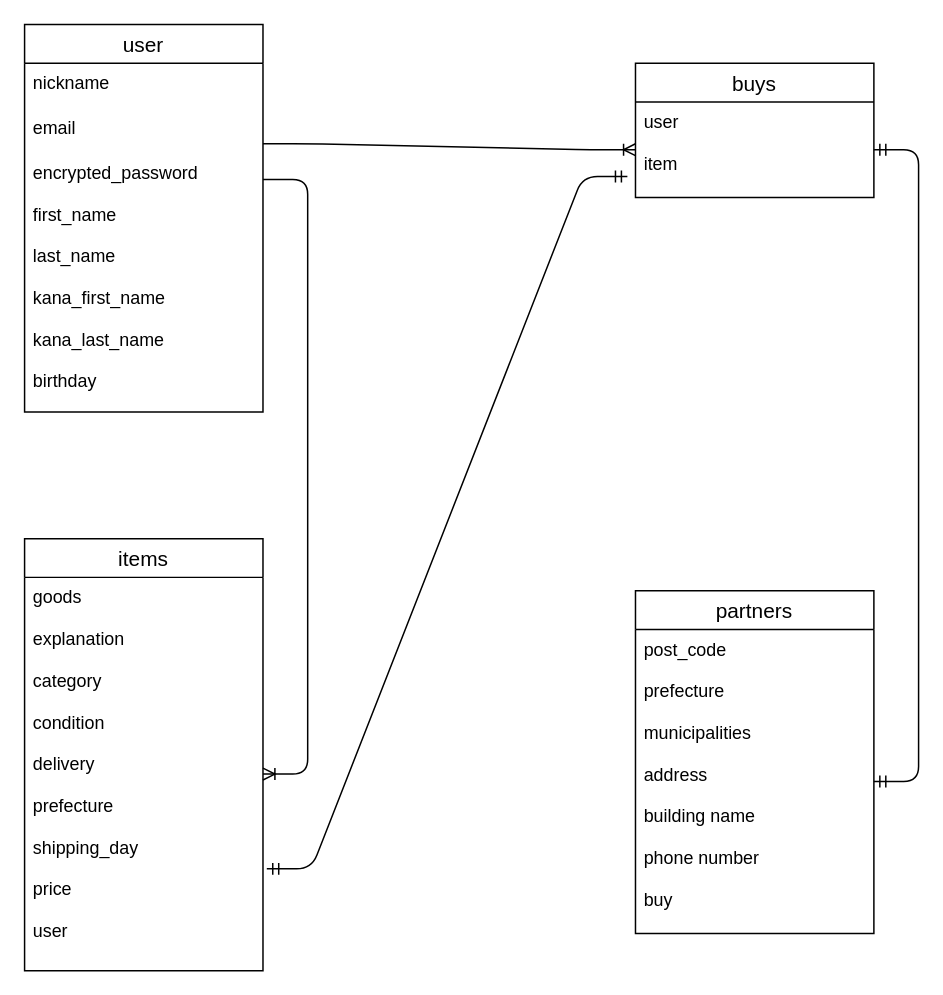
Above: test.dio in masato315/furima-37662 (draw.io), before the change. Source tidied: cells renumbered, new cells numbered last; positions are measured from the earlier drawing's top-left corner, leaving out a move shared by most shapes. Both pictures are drawn from the tidied source at 149%, with x=0, y=0 at pixel (24, 24).
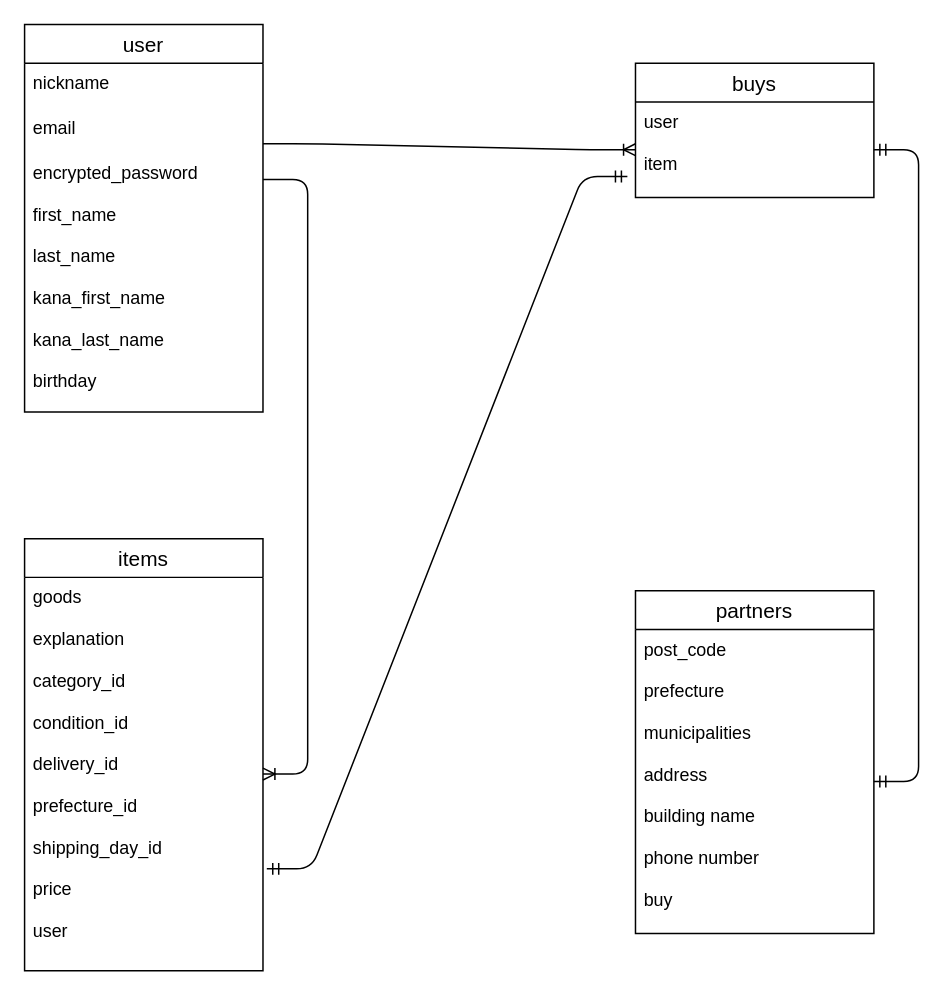
The same page after the edit.

Commit message:
データベース設計（修正４）

What changed in the source:
```diff
@@
 <mxGraphModel>
   <root>
     <mxCell id="0" />
     <mxCell id="1" parent="0" />
     <mxCell id="2" value="user" style="swimlane;fontStyle=0;horizontal=1;startSize=26;align=center;fontSize=14;" parent="1" vertex="1">
       <mxGeometry width="160" height="260" as="geometry" />
     </mxCell>
     <mxCell id="3" value="nickname" style="text;strokeColor=none;fillColor=none;spacingLeft=4;spacingRight=4;overflow=hidden;fontSize=12;" parent="2" vertex="1">
       <mxGeometry y="26" width="160" height="30" as="geometry" />
     </mxCell>
     <mxCell id="4" value="email" style="text;strokeColor=none;fillColor=none;spacingLeft=4;spacingRight=4;overflow=hidden;fontSize=12;" parent="2" vertex="1">
       <mxGeometry y="56" width="160" height="30" as="geometry" />
     </mxCell>
     <mxCell id="5" value="encrypted_password&#10;&#10;first_name&#10;&#10;last_name&#10;&#10;kana_first_name&#10;&#10;kana_last_name&#10;&#10;birthday" style="text;strokeColor=none;fillColor=none;spacingLeft=4;spacingRight=4;overflow=hidden;fontSize=12;" parent="2" vertex="1">
       <mxGeometry y="86" width="160" height="174" as="geometry" />
     </mxCell>
     <mxCell id="6" value="items" style="swimlane;fontStyle=0;horizontal=1;startSize=26;align=center;fontSize=14;" parent="1" vertex="1">
       <mxGeometry y="345" width="160" height="290" as="geometry" />
     </mxCell>
-    <mxCell id="7" value="goods&#10;&#10;explanation&#10;&#10;category&#10;&#10;condition&#10;&#10;delivery&#10;&#10;prefecture&#10;&#10;shipping_day&#10;&#10;price&#10;&#10;user" style="text;strokeColor=none;fillColor=none;spacingLeft=4;spacingRight=4;overflow=hidden;points=[[0,0.5],[1,0.5]];portConstraint=eastwest;fontSize=12;" parent="6" vertex="1">
+    <mxCell id="7" value="goods&#10;&#10;explanation&#10;&#10;category_id&#10;&#10;condition_id&#10;&#10;delivery_id&#10;&#10;prefecture_id&#10;&#10;shipping_day_id&#10;&#10;price&#10;&#10;user" style="text;strokeColor=none;fillColor=none;spacingLeft=4;spacingRight=4;overflow=hidden;points=[[0,0.5],[1,0.5]];portConstraint=eastwest;fontSize=12;" parent="6" vertex="1">
       <mxGeometry y="26" width="160" height="264" as="geometry" />
     </mxCell>
     <mxCell id="8" value="buys" style="swimlane;fontStyle=0;horizontal=1;startSize=26;align=center;fontSize=14;" parent="1" vertex="1">
       <mxGeometry x="410" y="26" width="160" height="90" as="geometry" />
     </mxCell>
     <mxCell id="9" value="user&#10;&#10;item" style="text;strokeColor=none;fillColor=none;spacingLeft=4;spacingRight=4;overflow=hidden;points=[[0,0.5],[1,0.5]];portConstraint=eastwest;fontSize=12;" parent="8" vertex="1">
       <mxGeometry y="26" width="160" height="64" as="geometry" />
     </mxCell>
     <mxCell id="10" value="partners" style="swimlane;fontStyle=0;horizontal=1;startSize=26;align=center;fontSize=14;" parent="1" vertex="1">
       <mxGeometry x="410" y="380" width="160" height="230" as="geometry" />
     </mxCell>
     <mxCell id="11" value="post_code&#10;&#10;prefecture&#10;&#10;municipalities&#10;&#10;address&#10;&#10;building name&#10;&#10;phone number&#10;&#10;buy" style="text;strokeColor=none;fillColor=none;spacingLeft=4;spacingRight=4;overflow=hidden;points=[[0,0.5],[1,0.5]];portConstraint=eastwest;fontSize=12;" parent="10" vertex="1">
       <mxGeometry y="26" width="160" height="204" as="geometry" />
     </mxCell>
     <mxCell id="12" style="edgeStyle=entityRelationEdgeStyle;fontSize=12;html=1;endArrow=ERoneToMany;" parent="1" edge="1" target="7">
       <mxGeometry relative="1" as="geometry">
         <mxPoint x="160" y="104" as="sourcePoint" />
       </mxGeometry>
     </mxCell>
     <mxCell id="13" style="edgeStyle=entityRelationEdgeStyle;fontSize=12;html=1;endArrow=ERmandOne;startArrow=ERmandOne;exitX=1;exitY=0.5;exitDx=0;exitDy=0;" parent="1" edge="1" source="9" target="11">
       <mxGeometry relative="1" as="geometry" />
     </mxCell>
     <mxCell id="14" style="edgeStyle=entityRelationEdgeStyle;fontSize=12;html=1;endArrow=ERoneToMany;" parent="1" edge="1" target="9">
       <mxGeometry relative="1" as="geometry">
         <mxPoint x="160" y="80" as="sourcePoint" />
       </mxGeometry>
     </mxCell>
     <mxCell id="15" style="edgeStyle=entityRelationEdgeStyle;fontSize=12;html=1;endArrow=ERmandOne;startArrow=ERmandOne;exitX=1.016;exitY=0.741;exitDx=0;exitDy=0;exitPerimeter=0;entryX=-0.034;entryY=0.781;entryDx=0;entryDy=0;entryPerimeter=0;" parent="1" edge="1" source="7" target="9">
       <mxGeometry relative="1" as="geometry" />
     </mxCell>
   </root>
 </mxGraphModel>
```
